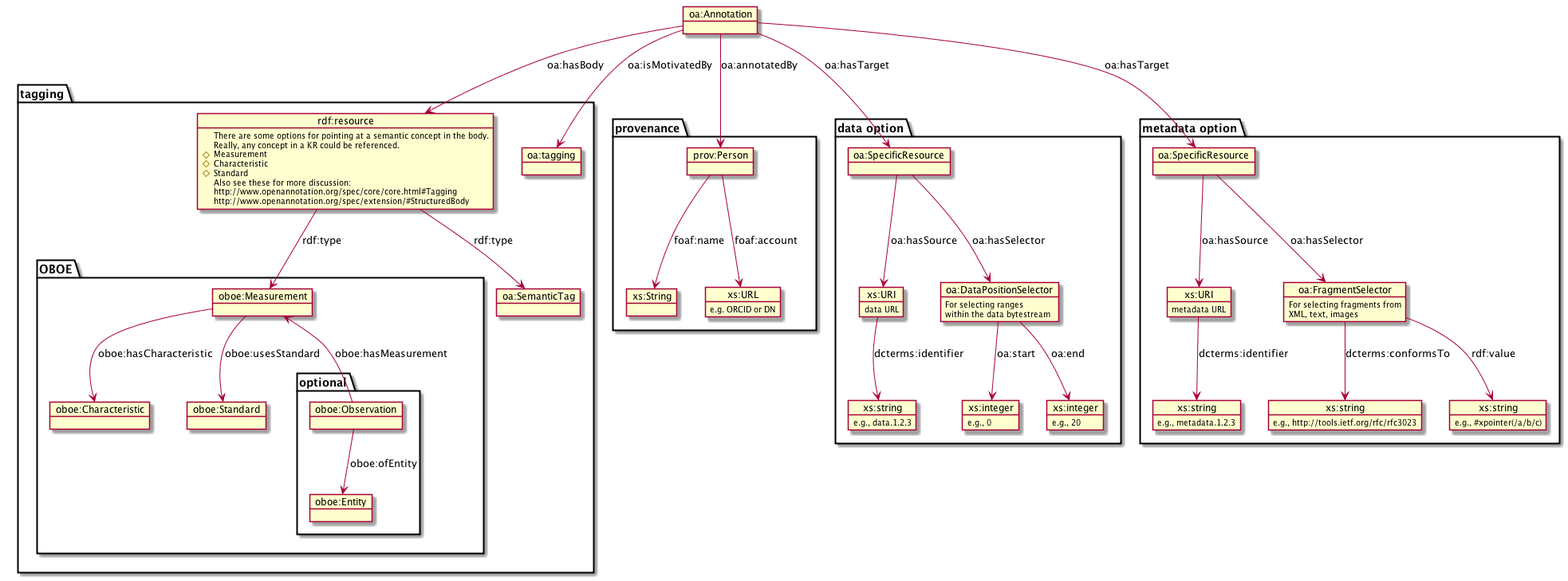
Earlier version of the PlantUML export docs/use-cases/semantics/images/oa_model.png (DataONEorg/sem-prov-design).
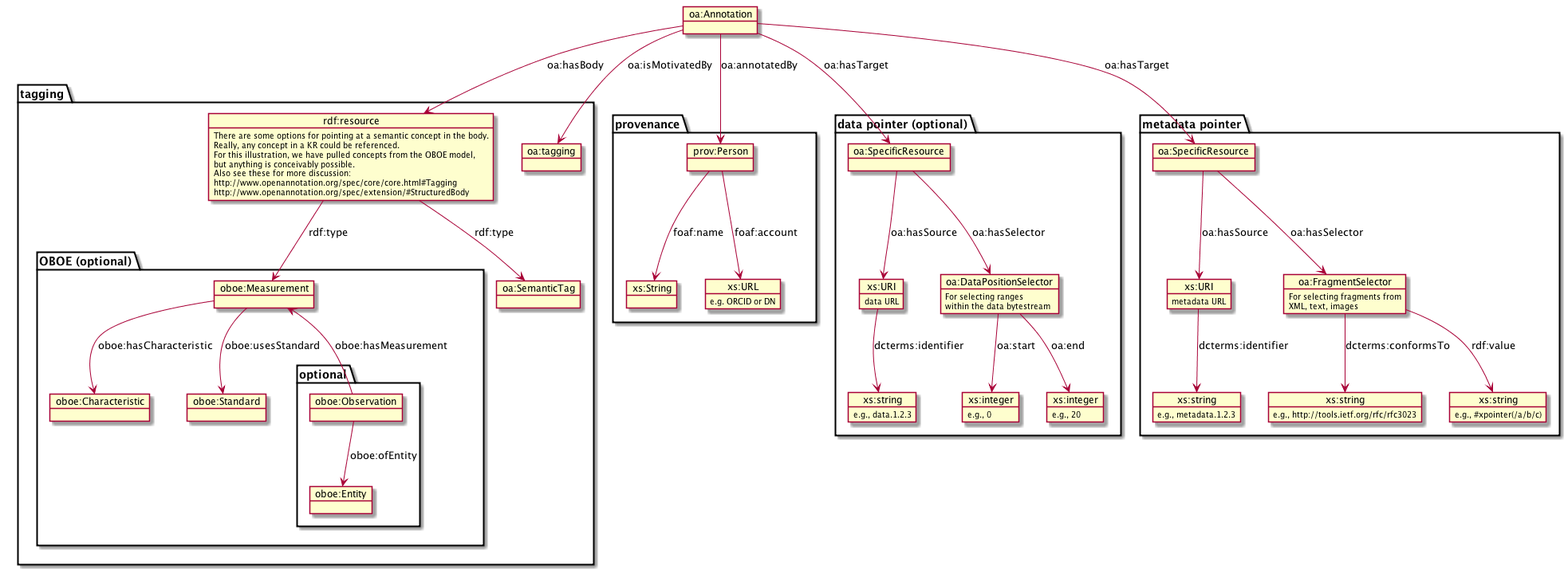
Later version of the same file.

Commit message:
be more explicit about what is required in an annotation and not

The edit, as a diff of the source:
```diff
@@ -10,15 +10,14 @@
 	   	object "rdf:resource" as body {
 	   		There are some options for pointing at a semantic concept in the body.
 	   		Really, any concept in a KR could be referenced.
-	   		#Measurement
-	   		#Characteristic
-	   		#Standard
+	   		For this illustration, we have pulled concepts from the OBOE model,
+	   		but anything is conceivably possible.
 			Also see these for more discussion:
 	   		http://www.openannotation.org/spec/core/core.html#Tagging
 	   		http://www.openannotation.org/spec/extension/#StructuredBody
 		}
 
-	    package OBOE {
+	    package "OBOE (optional)" {
 
 		    object "oboe:Measurement" as measurement
 		   	object "oboe:Characteristic" as characteristic
@@ -32,7 +31,7 @@
 
 	}
 
-	package "metadata option" {
+	package "metadata pointer" {
 	    object "oa:SpecificResource" as target
 	    object "xs:URI" as source {
 	    	metadata URL
@@ -52,7 +51,7 @@
 	    }
 	}
 
-	package "data option" {
+	package "data pointer (optional)" {
 	    object "oa:SpecificResource" as d_target
 	    object "xs:URI" as d_source {
 	    	data URL
```
